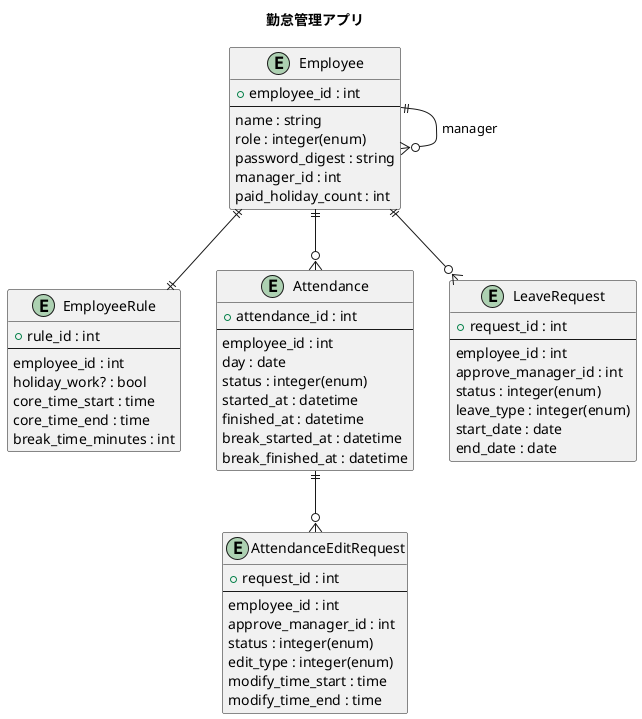
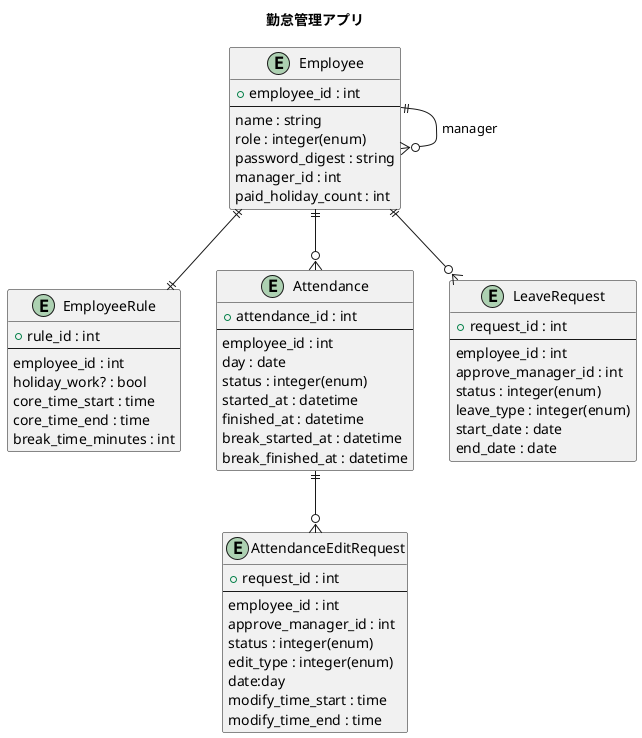
@startuml
title 勤怠管理アプリ

entity Employee {
  + employee_id : int
  --
  name : string
  role : integer(enum)
  password_digest : string
  manager_id : int
  paid_holiday_count : int
}
Employee ||--o{ Employee : manager

entity EmployeeRule {
  + rule_id : int
  --
  employee_id : int
  holiday_work? : bool
  core_time_start : time
  core_time_end : time
  break_time_minutes : int
}

Employee ||--||EmployeeRule

entity Attendance {
  + attendance_id : int
  --
  employee_id : int
  day : date
  status : integer(enum)
  started_at : datetime
  finished_at : datetime
  break_started_at : datetime
  break_finished_at : datetime
}

entity AttendanceEditRequest{
  + request_id : int
  --
  employee_id : int
  approve_manager_id : int
  status : integer(enum)
  edit_type : integer(enum)
+   date:day
  modify_time_start : time
  modify_time_end : time
}

entity LeaveRequest{
  + request_id : int
  --
  employee_id : int
  approve_manager_id : int
  status : integer(enum)
  leave_type : integer(enum)
  start_date : date
  end_date : date
}

Employee ||--o{ Attendance
Employee ||--o{ LeaveRequest
Attendance ||--o{ AttendanceEditRequest


@enduml